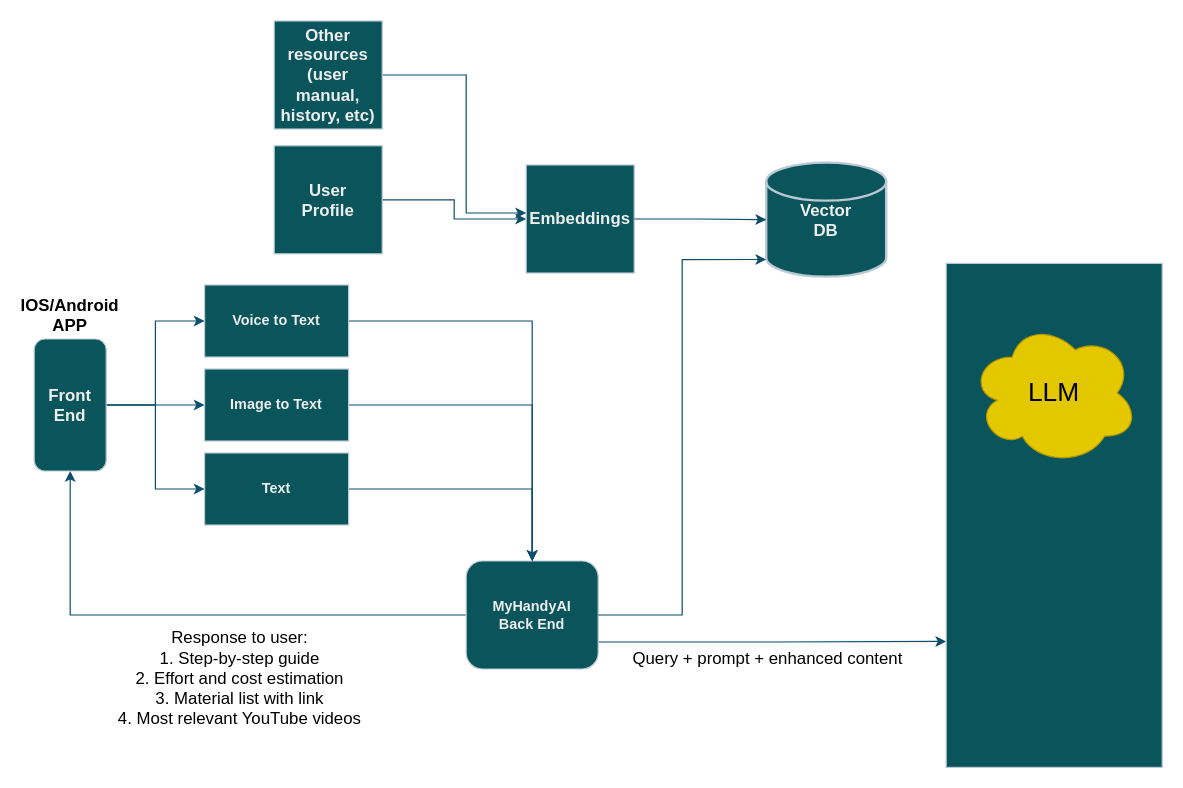
The draw.io diagram AI architecture.drawio in chaunceysun82/MyHandyAI, before the edit. Source tidied: cells renumbered, new cells numbered last; positions are measured from the earlier drawing's top-left corner, leaving out a move shared by most shapes. Both pictures are drawn from the tidied source at 120%, with x=0, y=0 at pixel (34, 20).
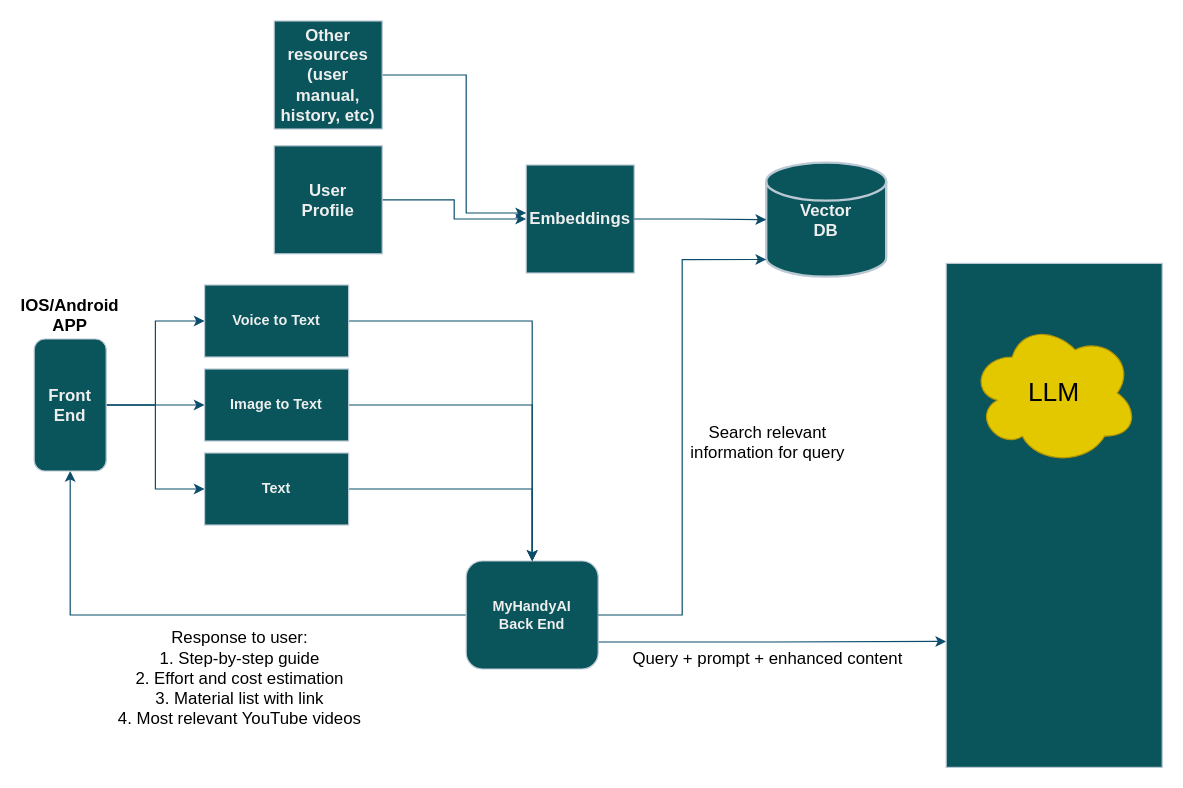
Above is the later version.

Diff of the diagram source:
```diff
@@
+    <mxCell id="28" value="&lt;div&gt;&lt;font color=&quot;#000000&quot;&gt;&lt;span style=&quot;caret-color: rgb(0, 0, 0); font-size: 14px;&quot;&gt;Search relevant&lt;/span&gt;&lt;/font&gt;&lt;/div&gt;&lt;div&gt;&lt;font color=&quot;#000000&quot;&gt;&lt;span style=&quot;caret-color: rgb(0, 0, 0); font-size: 14px;&quot;&gt;information for query&lt;/span&gt;&lt;/font&gt;&lt;/div&gt;" style="edgeLabel;html=1;align=center;verticalAlign=middle;strokeColor=#BAC8D3;fontColor=#EEEEEE;fillColor=#09555B;" parent="1" vertex="1">
+      <mxGeometry x="610" y="350" as="geometry" />
+    </mxCell>
```
